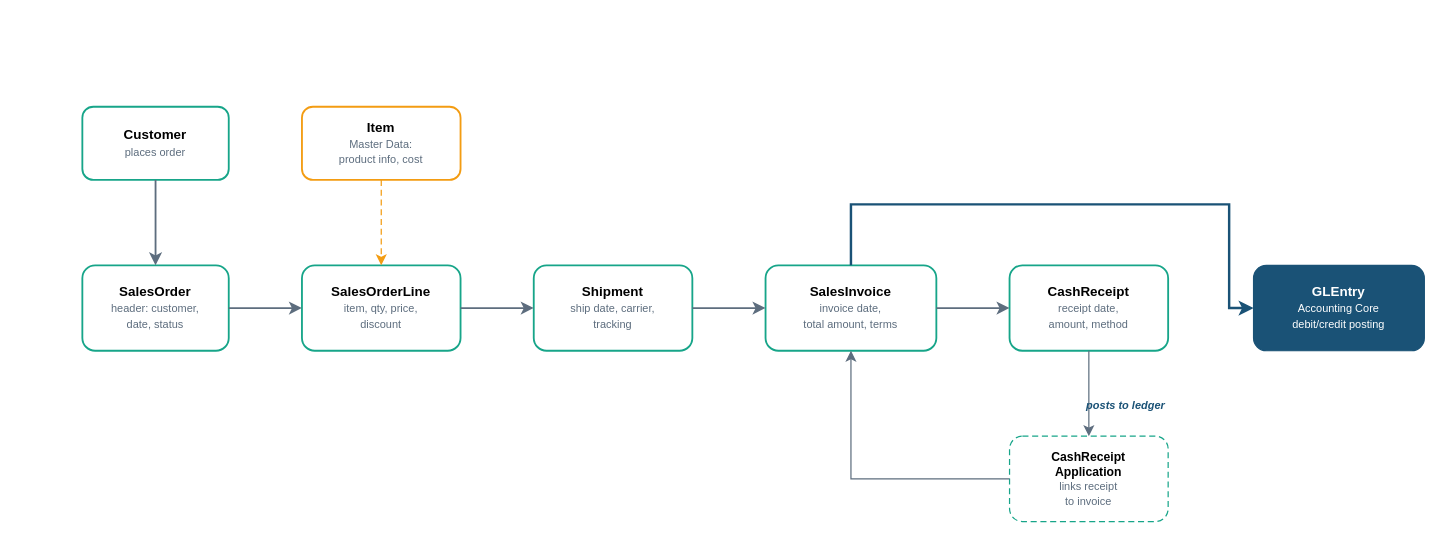
The draw.io diagram visuals/src/fig-01-05-o2c-process-flow.drawio in mmcodesso/Accounting_Analytics_Book, before the edit. Source tidied: cells renumbered, new cells numbered last; positions are measured from the earlier drawing's top-left corner, leaving out a move shared by most shapes. Both pictures are drawn from the tidied source at 122%, with x=0, y=0 at pixel (82, 106).
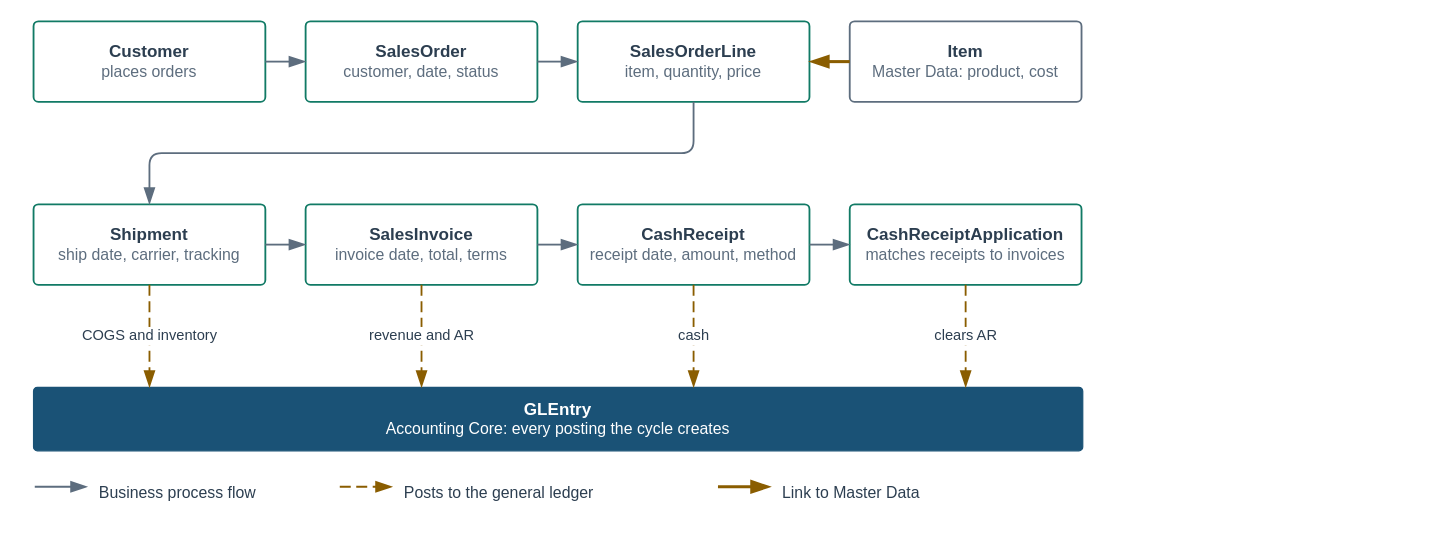
Above is the later version.

Diff of the diagram source:
```diff
@@
-<mxGraphModel>
+<mxGraphModel background="#FFFFFF">
@@
-    <mxCell id="2" value="&lt;b&gt;Customer&lt;/b&gt;&lt;br&gt;&lt;font style='font-size:9px;color:#5D6D7E'&gt;places order&lt;/font&gt;" style="rounded=1;whiteSpace=wrap;html=1;fillColor=#FFFFFF;strokeColor=#17A589;strokeWidth=1.5;fontSize=11;fontFamily=Arial;verticalAlign=middle;" parent="1" vertex="1">
-      <mxGeometry width="120" height="60" as="geometry" />
-    </mxCell>
-    <mxCell id="3" value="&lt;b&gt;SalesOrder&lt;/b&gt;&lt;br&gt;&lt;font style='font-size:9px;color:#5D6D7E'&gt;header: customer,&lt;br&gt;date, status&lt;/font&gt;" style="rounded=1;whiteSpace=wrap;html=1;fillColor=#FFFFFF;strokeColor=#17A589;strokeWidth=1.5;fontSize=11;fontFamily=Arial;verticalAlign=middle;" parent="1" vertex="1">
-      <mxGeometry y="130" width="120" height="70" as="geometry" />
-    </mxCell>
-    <mxCell id="4" value="&lt;b&gt;SalesOrderLine&lt;/b&gt;&lt;br&gt;&lt;font style='font-size:9px;color:#5D6D7E'&gt;item, qty, price,&lt;br&gt;discount&lt;/font&gt;" style="rounded=1;whiteSpace=wrap;html=1;fillColor=#FFFFFF;strokeColor=#17A589;strokeWidth=1.5;fontSize=11;fontFamily=Arial;verticalAlign=middle;" parent="1" vertex="1">
-      <mxGeometry x="180" y="130" width="130" height="70" as="geometry" />
-    </mxCell>
+    <mxCell id="21" style="rounded=0;html=1;fillColor=none;strokeColor=none;" parent="1" vertex="1">
+      <mxGeometry x="-40" y="-70" width="860" height="394" as="geometry" />
+    </mxCell>
+    <mxCell id="22" value="&lt;font style=&quot;font-size:14px&quot;&gt;&lt;b&gt;Customer&lt;/b&gt;&lt;/font&gt;&lt;br&gt;&lt;font color=&quot;#5D6D7E&quot;&gt;places orders&lt;/font&gt;" style="rounded=1;arcSize=6;whiteSpace=wrap;html=1;fillColor=#FFFFFF;strokeColor=#117A65;strokeWidth=1.5;fontColor=#2C3E50;fontSize=13;fontStyle=0;align=center;verticalAlign=middle;fontFamily=Helvetica;spacingLeft=6;spacingRight=6;" parent="1" vertex="1">
+      <mxGeometry x="-40" y="-70" width="190" height="66" as="geometry" />
+    </mxCell>
+    <mxCell id="23" value="&lt;font style=&quot;font-size:14px&quot;&gt;&lt;b&gt;SalesOrder&lt;/b&gt;&lt;/font&gt;&lt;br&gt;&lt;font color=&quot;#5D6D7E&quot;&gt;customer, date, status&lt;/font&gt;" style="rounded=1;arcSize=6;whiteSpace=wrap;html=1;fillColor=#FFFFFF;strokeColor=#117A65;strokeWidth=1.5;fontColor=#2C3E50;fontSize=13;fontStyle=0;align=center;verticalAlign=middle;fontFamily=Helvetica;spacingLeft=6;spacingRight=6;" parent="1" vertex="1">
+      <mxGeometry x="183" y="-70" width="190" height="66" as="geometry" />
+    </mxCell>
+    <mxCell id="24" value="&lt;font style=&quot;font-size:14px&quot;&gt;&lt;b&gt;SalesOrderLine&lt;/b&gt;&lt;/font&gt;&lt;br&gt;&lt;font color=&quot;#5D6D7E&quot;&gt;item, quantity, price&lt;/font&gt;" style="rounded=1;arcSize=6;whiteSpace=wrap;html=1;fillColor=#FFFFFF;strokeColor=#117A65;strokeWidth=1.5;fontColor=#2C3E50;fontSize=13;fontStyle=0;align=center;verticalAlign=middle;fontFamily=Helvetica;spacingLeft=6;spacingRight=6;" parent="1" vertex="1">
+      <mxGeometry x="406" y="-70" width="190" height="66" as="geometry" />
+    </mxCell>
+    <mxCell id="25" value="&lt;font style=&quot;font-size:14px&quot;&gt;&lt;b&gt;Item&lt;/b&gt;&lt;/font&gt;&lt;br&gt;&lt;font color=&quot;#5D6D7E&quot;&gt;Master Data: product, cost&lt;/font&gt;" style="rounded=1;arcSize=6;whiteSpace=wrap;html=1;fillColor=#FFFFFF;strokeColor=#5D6D7E;strokeWidth=1.5;fontColor=#2C3E50;fontSize=13;fontStyle=0;align=center;verticalAlign=middle;fontFamily=Helvetica;spacingLeft=6;spacingRight=6;" parent="1" vertex="1">
+      <mxGeometry x="629" y="-70" width="190" height="66" as="geometry" />
+    </mxCell>
-    <mxCell id="5" value="&lt;b&gt;Shipment&lt;/b&gt;&lt;br&gt;&lt;font style='font-size:9px;color:#5D6D7E'&gt;ship date, carrier,&lt;br&gt;tracking&lt;/font&gt;" style="rounded=1;whiteSpace=wrap;html=1;fillColor=#FFFFFF;strokeColor=#17A589;strokeWidth=1.5;fontSize=11;fontFamily=Arial;verticalAlign=middle;" parent="1" vertex="1">
-      <mxGeometry x="370" y="130" width="130" height="70" as="geometry" />
+    <mxCell id="5" value="&lt;font style=&quot;font-size:14px&quot;&gt;&lt;b&gt;Shipment&lt;/b&gt;&lt;/font&gt;&lt;br&gt;&lt;font color=&quot;#5D6D7E&quot;&gt;ship date, carrier, tracking&lt;/font&gt;" style="rounded=1;arcSize=6;whiteSpace=wrap;html=1;fillColor=#FFFFFF;strokeColor=#117A65;strokeWidth=1.5;fontColor=#2C3E50;fontSize=13;fontStyle=0;align=center;verticalAlign=middle;fontFamily=Helvetica;spacingLeft=6;spacingRight=6;" parent="1" vertex="1">
+      <mxGeometry x="-40" y="80" width="190" height="66" as="geometry" />
     </mxCell>
-    <mxCell id="6" value="&lt;b&gt;SalesInvoice&lt;/b&gt;&lt;br&gt;&lt;font style='font-size:9px;color:#5D6D7E'&gt;invoice date,&lt;br&gt;total amount, terms&lt;/font&gt;" style="rounded=1;whiteSpace=wrap;html=1;fillColor=#FFFFFF;strokeColor=#17A589;strokeWidth=1.5;fontSize=11;fontFamily=Arial;verticalAlign=middle;" parent="1" vertex="1">
-      <mxGeometry x="560" y="130" width="140" height="70" as="geometry" />
-    </mxCell>
+    <mxCell id="26" value="&lt;font style=&quot;font-size:14px&quot;&gt;&lt;b&gt;SalesInvoice&lt;/b&gt;&lt;/font&gt;&lt;br&gt;&lt;font color=&quot;#5D6D7E&quot;&gt;invoice date, total, terms&lt;/font&gt;" style="rounded=1;arcSize=6;whiteSpace=wrap;html=1;fillColor=#FFFFFF;strokeColor=#117A65;strokeWidth=1.5;fontColor=#2C3E50;fontSize=13;fontStyle=0;align=center;verticalAlign=middle;fontFamily=Helvetica;spacingLeft=6;spacingRight=6;" parent="1" vertex="1">
+      <mxGeometry x="183" y="80" width="190" height="66" as="geometry" />
+    </mxCell>
-    <mxCell id="7" value="&lt;b&gt;CashReceipt&lt;/b&gt;&lt;br&gt;&lt;font style='font-size:9px;color:#5D6D7E'&gt;receipt date,&lt;br&gt;amount, method&lt;/font&gt;" style="rounded=1;whiteSpace=wrap;html=1;fillColor=#FFFFFF;strokeColor=#17A589;strokeWidth=1.5;fontSize=11;fontFamily=Arial;verticalAlign=middle;" parent="1" vertex="1">
-      <mxGeometry x="760" y="130" width="130" height="70" as="geometry" />
+    <mxCell id="7" value="&lt;font style=&quot;font-size:14px&quot;&gt;&lt;b&gt;CashReceipt&lt;/b&gt;&lt;/font&gt;&lt;br&gt;&lt;font color=&quot;#5D6D7E&quot;&gt;receipt date, amount, method&lt;/font&gt;" style="rounded=1;arcSize=6;whiteSpace=wrap;html=1;fillColor=#FFFFFF;strokeColor=#117A65;strokeWidth=1.5;fontColor=#2C3E50;fontSize=13;fontStyle=0;align=center;verticalAlign=middle;fontFamily=Helvetica;spacingLeft=6;spacingRight=6;" parent="1" vertex="1">
+      <mxGeometry x="406" y="80" width="190" height="66" as="geometry" />
     </mxCell>
-    <mxCell id="8" value="&lt;b&gt;GLEntry&lt;/b&gt;&lt;br&gt;&lt;font style='font-size:9px;color:#FFFFFF'&gt;Accounting Core&lt;br&gt;debit/credit posting&lt;/font&gt;" style="rounded=1;whiteSpace=wrap;html=1;fillColor=#1A5276;fontColor=#FFFFFF;strokeColor=#1A5276;fontSize=11;fontFamily=Arial;verticalAlign=middle;" parent="1" vertex="1">
-      <mxGeometry x="960" y="130" width="140" height="70" as="geometry" />
-    </mxCell>
-    <mxCell id="9" value="&lt;b&gt;Item&lt;/b&gt;&lt;br&gt;&lt;font style='font-size:9px;color:#5D6D7E'&gt;Master Data:&lt;br&gt;product info, cost&lt;/font&gt;" style="rounded=1;whiteSpace=wrap;html=1;fillColor=#FFFFFF;strokeColor=#F39C12;strokeWidth=1.5;fontSize=11;fontFamily=Arial;verticalAlign=middle;" parent="1" vertex="1">
-      <mxGeometry x="180" width="130" height="60" as="geometry" />
-    </mxCell>
-    <mxCell id="10" value="&lt;b&gt;CashReceipt&lt;br&gt;Application&lt;/b&gt;&lt;br&gt;&lt;font style='font-size:9px;color:#5D6D7E'&gt;links receipt&lt;br&gt;to invoice&lt;/font&gt;" style="rounded=1;whiteSpace=wrap;html=1;fillColor=#FFFFFF;strokeColor=#17A589;strokeWidth=1;fontSize=10;fontFamily=Arial;verticalAlign=middle;dashed=1;dashPattern=5 3;" parent="1" vertex="1">
-      <mxGeometry x="760" y="270" width="130" height="70" as="geometry" />
-    </mxCell>
-    <mxCell id="11" style="edgeStyle=orthogonalEdgeStyle;rounded=0;strokeColor=#5D6D7E;strokeWidth=1.5;endArrow=classic;" parent="1" edge="1" source="2" target="3">
-      <mxGeometry relative="1" as="geometry" />
-    </mxCell>
-    <mxCell id="12" style="edgeStyle=orthogonalEdgeStyle;rounded=0;strokeColor=#5D6D7E;strokeWidth=1.5;endArrow=classic;" parent="1" edge="1" source="3" target="4">
-      <mxGeometry relative="1" as="geometry" />
-    </mxCell>
-    <mxCell id="13" style="edgeStyle=orthogonalEdgeStyle;rounded=0;strokeColor=#5D6D7E;strokeWidth=1.5;endArrow=classic;" parent="1" edge="1" source="4" target="5">
-      <mxGeometry relative="1" as="geometry" />
-    </mxCell>
-    <mxCell id="14" style="edgeStyle=orthogonalEdgeStyle;rounded=0;strokeColor=#5D6D7E;strokeWidth=1.5;endArrow=classic;" parent="1" edge="1" source="5" target="6">
-      <mxGeometry relative="1" as="geometry" />
-    </mxCell>
-    <mxCell id="15" style="edgeStyle=orthogonalEdgeStyle;rounded=0;strokeColor=#5D6D7E;strokeWidth=1.5;endArrow=classic;" parent="1" edge="1" source="6" target="7">
-      <mxGeometry relative="1" as="geometry" />
-    </mxCell>
-    <mxCell id="16" style="edgeStyle=orthogonalEdgeStyle;rounded=0;strokeColor=#1A5276;strokeWidth=2;endArrow=classic;" parent="1" edge="1" source="6" target="8">
-      <mxGeometry relative="1" as="geometry">
-        <Array as="points">
-          <mxPoint x="630" y="80" />
-          <mxPoint x="940" y="80" />
-          <mxPoint x="940" y="165" />
-        </Array>
-      </mxGeometry>
-    </mxCell>
-    <mxCell id="17" style="edgeStyle=orthogonalEdgeStyle;rounded=0;strokeColor=#F39C12;strokeWidth=1;dashed=1;dashPattern=5 3;endArrow=classic;" parent="1" edge="1" source="9" target="4">
-      <mxGeometry relative="1" as="geometry" />
-    </mxCell>
-    <mxCell id="18" style="edgeStyle=orthogonalEdgeStyle;rounded=0;strokeColor=#5D6D7E;strokeWidth=1;endArrow=classic;" parent="1" edge="1" source="7" target="10">
-      <mxGeometry relative="1" as="geometry" />
-    </mxCell>
-    <mxCell id="19" style="edgeStyle=orthogonalEdgeStyle;rounded=0;strokeColor=#5D6D7E;strokeWidth=1;endArrow=classic;" parent="1" edge="1" source="10" target="6">
-      <mxGeometry relative="1" as="geometry">
-        <Array as="points">
-          <mxPoint x="630" y="305" />
-        </Array>
-      </mxGeometry>
-    </mxCell>
-    <mxCell id="20" value="posts to ledger" style="text;html=1;align=center;verticalAlign=middle;fontColor=#1A5276;fontSize=9;fontStyle=3;fontFamily=Arial;" parent="1" vertex="1">
-      <mxGeometry x="810" y="235" width="90" height="20" as="geometry" />
-    </mxCell>
+    <mxCell id="27" value="&lt;font style=&quot;font-size:14px&quot;&gt;&lt;b&gt;CashReceiptApplication&lt;/b&gt;&lt;/font&gt;&lt;br&gt;&lt;font color=&quot;#5D6D7E&quot;&gt;matches receipts to invoices&lt;/font&gt;" style="rounded=1;arcSize=6;whiteSpace=wrap;html=1;fillColor=#FFFFFF;strokeColor=#117A65;strokeWidth=1.5;fontColor=#2C3E50;fontSize=13;fontStyle=0;align=center;verticalAlign=middle;fontFamily=Helvetica;spacingLeft=6;spacingRight=6;" parent="1" vertex="1">
+      <mxGeometry x="629" y="80" width="190" height="66" as="geometry" />
+    </mxCell>
+    <mxCell id="28" value="&lt;font style=&quot;font-size:14px&quot;&gt;&lt;b&gt;GLEntry&lt;/b&gt;&lt;/font&gt;&lt;br&gt;&lt;font color=&quot;#FFFFFF&quot;&gt;Accounting Core: every posting the cycle creates&lt;/font&gt;" style="rounded=1;arcSize=6;whiteSpace=wrap;html=1;fillColor=#1A5276;strokeColor=#1A5276;strokeWidth=1;fontColor=#FFFFFF;fontSize=13;fontStyle=0;align=center;verticalAlign=middle;fontFamily=Helvetica;spacingLeft=6;spacingRight=6;" parent="1" vertex="1">
+      <mxGeometry x="-40" y="230" width="860" height="52" as="geometry" />
+    </mxCell>
+    <mxCell id="29" style="edgeStyle=orthogonalEdgeStyle;rounded=1;html=1;startArrow=none;endArrow=blockThin;startFill=0;endFill=1;startSize=10;endSize=10;strokeColor=#5D6D7E;strokeWidth=1.5;fontSize=12;fontColor=#2C3E50;fontFamily=Helvetica;labelBackgroundColor=#FFFFFF;exitX=1;exitY=0.5;exitDx=0;exitDy=0;entryX=0;entryY=0.5;entryDx=0;entryDy=0;" parent="1" edge="1" source="22" target="23">
+      <mxGeometry relative="1" as="geometry" />
+    </mxCell>
+    <mxCell id="30" style="edgeStyle=orthogonalEdgeStyle;rounded=1;html=1;startArrow=none;endArrow=blockThin;startFill=0;endFill=1;startSize=10;endSize=10;strokeColor=#5D6D7E;strokeWidth=1.5;fontSize=12;fontColor=#2C3E50;fontFamily=Helvetica;labelBackgroundColor=#FFFFFF;exitX=1;exitY=0.5;exitDx=0;exitDy=0;entryX=0;entryY=0.5;entryDx=0;entryDy=0;" parent="1" edge="1" source="23" target="24">
+      <mxGeometry relative="1" as="geometry" />
+    </mxCell>
+    <mxCell id="31" style="edgeStyle=orthogonalEdgeStyle;rounded=1;html=1;startArrow=none;endArrow=blockThin;startFill=0;endFill=1;startSize=10;endSize=10;strokeColor=#8A5D00;strokeWidth=2.5;fontSize=12;fontColor=#2C3E50;fontFamily=Helvetica;labelBackgroundColor=#FFFFFF;exitX=0;exitY=0.5;exitDx=0;exitDy=0;entryX=1;entryY=0.5;entryDx=0;entryDy=0;" parent="1" edge="1" source="25" target="24">
+      <mxGeometry relative="1" as="geometry" />
+    </mxCell>
+    <mxCell id="32" style="edgeStyle=orthogonalEdgeStyle;rounded=1;html=1;startArrow=none;endArrow=blockThin;startFill=0;endFill=1;startSize=10;endSize=10;strokeColor=#5D6D7E;strokeWidth=1.5;fontSize=12;fontColor=#2C3E50;fontFamily=Helvetica;labelBackgroundColor=#FFFFFF;exitX=0.5;exitY=1;exitDx=0;exitDy=0;entryX=0.5;entryY=0;entryDx=0;entryDy=0;" parent="1" edge="1" source="24" target="5">
+      <mxGeometry relative="1" as="geometry">
+        <Array as="points">
+          <mxPoint x="501" y="38" />
+          <mxPoint x="55" y="38" />
+        </Array>
+      </mxGeometry>
+    </mxCell>
+    <mxCell id="33" style="edgeStyle=orthogonalEdgeStyle;rounded=1;html=1;startArrow=none;endArrow=blockThin;startFill=0;endFill=1;startSize=10;endSize=10;strokeColor=#5D6D7E;strokeWidth=1.5;fontSize=12;fontColor=#2C3E50;fontFamily=Helvetica;labelBackgroundColor=#FFFFFF;exitX=1;exitY=0.5;exitDx=0;exitDy=0;entryX=0;entryY=0.5;entryDx=0;entryDy=0;" parent="1" edge="1" source="5" target="26">
+      <mxGeometry relative="1" as="geometry" />
+    </mxCell>
+    <mxCell id="34" style="edgeStyle=orthogonalEdgeStyle;rounded=1;html=1;startArrow=none;endArrow=blockThin;startFill=0;endFill=1;startSize=10;endSize=10;strokeColor=#5D6D7E;strokeWidth=1.5;fontSize=12;fontColor=#2C3E50;fontFamily=Helvetica;labelBackgroundColor=#FFFFFF;exitX=1;exitY=0.5;exitDx=0;exitDy=0;entryX=0;entryY=0.5;entryDx=0;entryDy=0;" parent="1" edge="1" source="26" target="7">
+      <mxGeometry relative="1" as="geometry" />
+    </mxCell>
+    <mxCell id="35" style="edgeStyle=orthogonalEdgeStyle;rounded=1;html=1;startArrow=none;endArrow=blockThin;startFill=0;endFill=1;startSize=10;endSize=10;strokeColor=#5D6D7E;strokeWidth=1.5;fontSize=12;fontColor=#2C3E50;fontFamily=Helvetica;labelBackgroundColor=#FFFFFF;exitX=1;exitY=0.5;exitDx=0;exitDy=0;entryX=0;entryY=0.5;entryDx=0;entryDy=0;" parent="1" edge="1" source="7" target="27">
+      <mxGeometry relative="1" as="geometry" />
+    </mxCell>
+    <mxCell id="36" value="COGS and inventory" style="edgeStyle=orthogonalEdgeStyle;rounded=1;html=1;startArrow=none;endArrow=blockThin;startFill=0;endFill=1;startSize=10;endSize=10;strokeColor=#8A5D00;strokeWidth=1.5;fontSize=12;fontColor=#2C3E50;fontFamily=Helvetica;labelBackgroundColor=#FFFFFF;dashed=1;dashPattern=6 3;exitX=0.5;exitY=1;exitDx=0;exitDy=0;entryX=0.1105;entryY=0;entryDx=0;entryDy=0;" parent="1" edge="1" source="5" target="28">
+      <mxGeometry relative="1" as="geometry" />
+    </mxCell>
+    <mxCell id="37" value="revenue and AR" style="edgeStyle=orthogonalEdgeStyle;rounded=1;html=1;startArrow=none;endArrow=blockThin;startFill=0;endFill=1;startSize=10;endSize=10;strokeColor=#8A5D00;strokeWidth=1.5;fontSize=12;fontColor=#2C3E50;fontFamily=Helvetica;labelBackgroundColor=#FFFFFF;dashed=1;dashPattern=6 3;exitX=0.5;exitY=1;exitDx=0;exitDy=0;entryX=0.3698;entryY=0;entryDx=0;entryDy=0;" parent="1" edge="1" source="26" target="28">
+      <mxGeometry relative="1" as="geometry" />
+    </mxCell>
+    <mxCell id="38" value="cash" style="edgeStyle=orthogonalEdgeStyle;rounded=1;html=1;startArrow=none;endArrow=blockThin;startFill=0;endFill=1;startSize=10;endSize=10;strokeColor=#8A5D00;strokeWidth=1.5;fontSize=12;fontColor=#2C3E50;fontFamily=Helvetica;labelBackgroundColor=#FFFFFF;dashed=1;dashPattern=6 3;exitX=0.5;exitY=1;exitDx=0;exitDy=0;entryX=0.6291;entryY=0;entryDx=0;entryDy=0;" parent="1" edge="1" source="7" target="28">
+      <mxGeometry relative="1" as="geometry" />
+    </mxCell>
+    <mxCell id="39" value="clears AR" style="edgeStyle=orthogonalEdgeStyle;rounded=1;html=1;startArrow=none;endArrow=blockThin;startFill=0;endFill=1;startSize=10;endSize=10;strokeColor=#8A5D00;strokeWidth=1.5;fontSize=12;fontColor=#2C3E50;fontFamily=Helvetica;labelBackgroundColor=#FFFFFF;dashed=1;dashPattern=6 3;exitX=0.5;exitY=1;exitDx=0;exitDy=0;entryX=0.8884;entryY=0;entryDx=0;entryDy=0;" parent="1" edge="1" source="27" target="28">
+      <mxGeometry relative="1" as="geometry" />
+    </mxCell>
+    <mxCell id="40" style="text;html=1;strokeColor=none;fillColor=none;" parent="1" vertex="1">
+      <mxGeometry x="-40" y="311" width="1" height="1" as="geometry" />
+    </mxCell>
+    <mxCell id="41" style="text;html=1;strokeColor=none;fillColor=none;" parent="1" vertex="1">
+      <mxGeometry x="4" y="311" width="1" height="1" as="geometry" />
+    </mxCell>
+    <mxCell id="42" style="edgeStyle=orthogonalEdgeStyle;rounded=1;html=1;startArrow=none;endArrow=blockThin;startFill=0;endFill=1;startSize=10;endSize=10;strokeColor=#5D6D7E;strokeWidth=1.5;fontSize=12;fontColor=#2C3E50;fontFamily=Helvetica;labelBackgroundColor=#FFFFFF;" parent="1" edge="1" source="40" target="41">
+      <mxGeometry relative="1" as="geometry" />
+    </mxCell>
+    <mxCell id="43" value="Business process flow" style="text;html=1;whiteSpace=wrap;align=left;verticalAlign=top;fontSize=13;fontColor=#2C3E50;fontStyle=0;fontFamily=Helvetica;spacing=2;fillColor=none;strokeColor=none;" parent="1" vertex="1">
+      <mxGeometry x="12" y="302" width="200" height="20" as="geometry" />
+    </mxCell>
+    <mxCell id="44" style="text;html=1;strokeColor=none;fillColor=none;" parent="1" vertex="1">
+      <mxGeometry x="210" y="311" width="1" height="1" as="geometry" />
+    </mxCell>
+    <mxCell id="45" style="text;html=1;strokeColor=none;fillColor=none;" parent="1" vertex="1">
+      <mxGeometry x="254" y="311" width="1" height="1" as="geometry" />
+    </mxCell>
+    <mxCell id="46" style="edgeStyle=orthogonalEdgeStyle;rounded=1;html=1;startArrow=none;endArrow=blockThin;startFill=0;endFill=1;startSize=10;endSize=10;strokeColor=#8A5D00;strokeWidth=1.5;fontSize=12;fontColor=#2C3E50;fontFamily=Helvetica;labelBackgroundColor=#FFFFFF;dashed=1;dashPattern=6 3;" parent="1" edge="1" source="44" target="45">
+      <mxGeometry relative="1" as="geometry" />
+    </mxCell>
+    <mxCell id="47" value="Posts to the general ledger" style="text;html=1;whiteSpace=wrap;align=left;verticalAlign=top;fontSize=13;fontColor=#2C3E50;fontStyle=0;fontFamily=Helvetica;spacing=2;fillColor=none;strokeColor=none;" parent="1" vertex="1">
+      <mxGeometry x="262" y="302" width="240" height="20" as="geometry" />
+    </mxCell>
+    <mxCell id="48" style="text;html=1;strokeColor=none;fillColor=none;" parent="1" vertex="1">
+      <mxGeometry x="520" y="311" width="1" height="1" as="geometry" />
+    </mxCell>
+    <mxCell id="49" style="text;html=1;strokeColor=none;fillColor=none;" parent="1" vertex="1">
+      <mxGeometry x="564" y="311" width="1" height="1" as="geometry" />
+    </mxCell>
+    <mxCell id="50" style="edgeStyle=orthogonalEdgeStyle;rounded=1;html=1;startArrow=none;endArrow=blockThin;startFill=0;endFill=1;startSize=10;endSize=10;strokeColor=#8A5D00;strokeWidth=2.5;fontSize=12;fontColor=#2C3E50;fontFamily=Helvetica;labelBackgroundColor=#FFFFFF;" parent="1" edge="1" source="48" target="49">
+      <mxGeometry relative="1" as="geometry" />
+    </mxCell>
+    <mxCell id="51" value="Link to Master Data" style="text;html=1;whiteSpace=wrap;align=left;verticalAlign=top;fontSize=13;fontColor=#2C3E50;fontStyle=0;fontFamily=Helvetica;spacing=2;fillColor=none;strokeColor=none;" parent="1" vertex="1">
+      <mxGeometry x="572" y="302" width="240" height="20" as="geometry" />
+    </mxCell>
```
